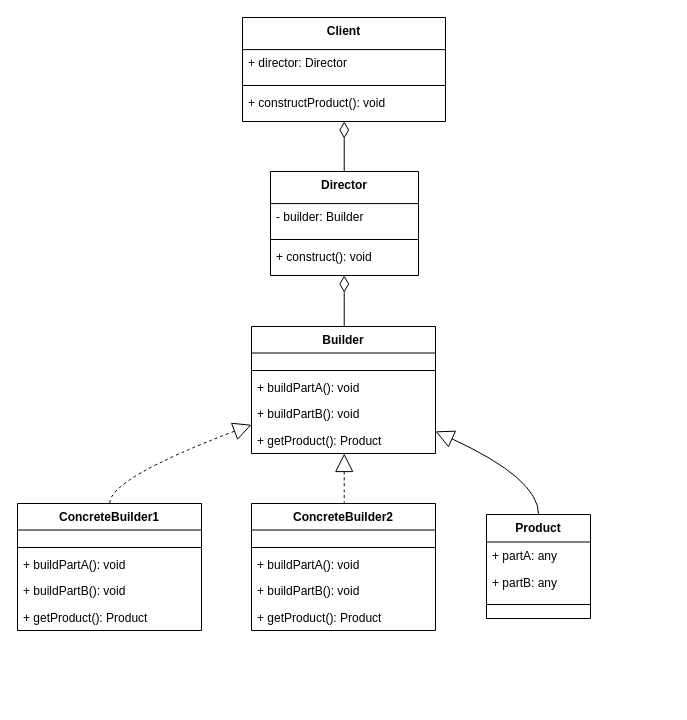
Before: Builder_patern.drawio in Stungelx/simple_patern, a draw.io diagram. Source tidied: cells renumbered, new cells numbered last; positions are measured from the earlier drawing's top-left corner, leaving out a move shared by most shapes. Both pictures are drawn from the tidied source at 100%, with x=0, y=0 at pixel (17, 17).
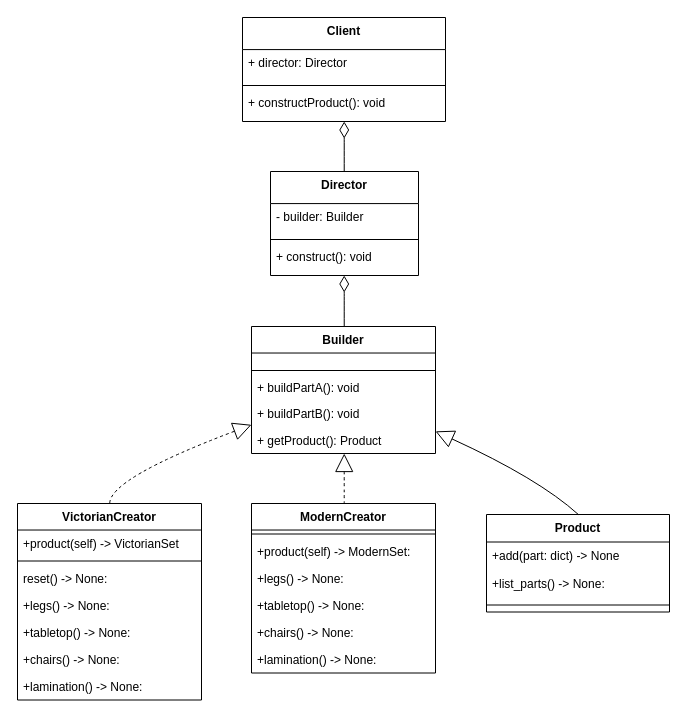
The same page after the edit.

What changed in the source:
```diff
@@
-    <mxCell id="11" value="ConcreteBuilder1" style="swimlane;fontStyle=1;align=center;verticalAlign=top;horizontal=1;startSize=26.525249905056423;" parent="1" vertex="1">
-      <mxGeometry y="486" width="184" height="127" as="geometry" />
+    <mxCell id="11" value="VictorianCreator" style="swimlane;fontStyle=1;align=center;verticalAlign=top;horizontal=1;startSize=26.525249905056423;" parent="1" vertex="1">
+      <mxGeometry y="486" width="184" height="196.5" as="geometry" />
     </mxCell>
+    <mxCell id="13" value="+product(self) -&gt; VictorianSet" style="text;strokeColor=none;fillColor=none;align=left;verticalAlign=top;spacingLeft=4;spacingRight=4;overflow=hidden;" parent="11" vertex="1">
+      <mxGeometry y="26.5" width="184" height="27" as="geometry" />
+    </mxCell>
     <mxCell id="12" style="line;strokeWidth=1;fillColor=none;align=left;verticalAlign=middle;spacingTop=-1;spacingLeft=3;spacingRight=3;labelPosition=right;strokeColor=inherit;" parent="11" vertex="1">
-      <mxGeometry y="40" width="184" height="8" as="geometry" />
+      <mxGeometry y="53.5" width="184" height="8" as="geometry" />
     </mxCell>
-    <mxCell id="13" value="+ buildPartA(): void" style="text;strokeColor=none;fillColor=none;align=left;verticalAlign=top;spacingLeft=4;spacingRight=4;overflow=hidden;" parent="11" vertex="1">
-      <mxGeometry y="48" width="184" height="27" as="geometry" />
-    </mxCell>
+    <mxCell id="34" value="reset() -&gt; None:" style="text;strokeColor=none;fillColor=none;align=left;verticalAlign=top;spacingLeft=4;spacingRight=4;overflow=hidden;" parent="11" vertex="1">
+      <mxGeometry y="61.5" width="184" height="27" as="geometry" />
+    </mxCell>
-    <mxCell id="14" value="+ buildPartB(): void" style="text;strokeColor=none;fillColor=none;align=left;verticalAlign=top;spacingLeft=4;spacingRight=4;overflow=hidden;" parent="11" vertex="1">
-      <mxGeometry y="74" width="184" height="27" as="geometry" />
+    <mxCell id="14" value="+legs() -&gt; None:" style="text;strokeColor=none;fillColor=none;align=left;verticalAlign=top;spacingLeft=4;spacingRight=4;overflow=hidden;" parent="11" vertex="1">
+      <mxGeometry y="88.5" width="184" height="27" as="geometry" />
     </mxCell>
-    <mxCell id="15" value="+ getProduct(): Product" style="text;strokeColor=none;fillColor=none;align=left;verticalAlign=top;spacingLeft=4;spacingRight=4;overflow=hidden;" parent="11" vertex="1">
-      <mxGeometry y="101" width="184" height="27" as="geometry" />
+    <mxCell id="15" value="+tabletop() -&gt; None:" style="text;strokeColor=none;fillColor=none;align=left;verticalAlign=top;spacingLeft=4;spacingRight=4;overflow=hidden;" parent="11" vertex="1">
+      <mxGeometry y="115.5" width="184" height="27" as="geometry" />
     </mxCell>
+    <mxCell id="35" value="+chairs() -&gt; None:" style="text;strokeColor=none;fillColor=none;align=left;verticalAlign=top;spacingLeft=4;spacingRight=4;overflow=hidden;" parent="11" vertex="1">
+      <mxGeometry y="142.5" width="184" height="27" as="geometry" />
+    </mxCell>
+    <mxCell id="36" value="+lamination() -&gt; None:" style="text;strokeColor=none;fillColor=none;align=left;verticalAlign=top;spacingLeft=4;spacingRight=4;overflow=hidden;" parent="11" vertex="1">
+      <mxGeometry y="169.5" width="184" height="27" as="geometry" />
+    </mxCell>
-    <mxCell id="16" value="ConcreteBuilder2" style="swimlane;fontStyle=1;align=center;verticalAlign=top;horizontal=1;startSize=26.525249905056423;" parent="1" vertex="1">
-      <mxGeometry x="234" y="486" width="184" height="127" as="geometry" />
+    <mxCell id="16" value="ModernCreator" style="swimlane;fontStyle=1;align=center;verticalAlign=top;horizontal=1;startSize=26.525249905056423;" parent="1" vertex="1">
+      <mxGeometry x="234" y="486" width="184" height="169.5" as="geometry" />
     </mxCell>
     <mxCell id="17" style="line;strokeWidth=1;fillColor=none;align=left;verticalAlign=middle;spacingTop=-1;spacingLeft=3;spacingRight=3;labelPosition=right;strokeColor=inherit;" parent="16" vertex="1">
-      <mxGeometry y="40" width="184" height="8" as="geometry" />
+      <mxGeometry y="26.5" width="184" height="8" as="geometry" />
     </mxCell>
-    <mxCell id="18" value="+ buildPartA(): void" style="text;strokeColor=none;fillColor=none;align=left;verticalAlign=top;spacingLeft=4;spacingRight=4;overflow=hidden;" parent="16" vertex="1">
-      <mxGeometry y="48" width="184" height="27" as="geometry" />
+    <mxCell id="18" value="+product(self) -&gt; ModernSet:" style="text;strokeColor=none;fillColor=none;align=left;verticalAlign=top;spacingLeft=4;spacingRight=4;overflow=hidden;" parent="16" vertex="1">
+      <mxGeometry y="34.5" width="184" height="27" as="geometry" />
     </mxCell>
-    <mxCell id="19" value="+ buildPartB(): void" style="text;strokeColor=none;fillColor=none;align=left;verticalAlign=top;spacingLeft=4;spacingRight=4;overflow=hidden;" parent="16" vertex="1">
-      <mxGeometry y="74" width="184" height="27" as="geometry" />
-    </mxCell>
-    <mxCell id="20" value="+ getProduct(): Product" style="text;strokeColor=none;fillColor=none;align=left;verticalAlign=top;spacingLeft=4;spacingRight=4;overflow=hidden;" parent="16" vertex="1">
-      <mxGeometry y="101" width="184" height="27" as="geometry" />
-    </mxCell>
+    <mxCell id="37" value="+legs() -&gt; None:" style="text;strokeColor=none;fillColor=none;align=left;verticalAlign=top;spacingLeft=4;spacingRight=4;overflow=hidden;" parent="16" vertex="1">
+      <mxGeometry y="61.5" width="184" height="27" as="geometry" />
+    </mxCell>
+    <mxCell id="38" value="+tabletop() -&gt; None:" style="text;strokeColor=none;fillColor=none;align=left;verticalAlign=top;spacingLeft=4;spacingRight=4;overflow=hidden;" parent="16" vertex="1">
+      <mxGeometry y="88.5" width="184" height="27" as="geometry" />
+    </mxCell>
+    <mxCell id="39" value="+chairs() -&gt; None:" style="text;strokeColor=none;fillColor=none;align=left;verticalAlign=top;spacingLeft=4;spacingRight=4;overflow=hidden;" parent="16" vertex="1">
+      <mxGeometry y="115.5" width="184" height="27" as="geometry" />
+    </mxCell>
+    <mxCell id="40" value="+lamination() -&gt; None:" style="text;strokeColor=none;fillColor=none;align=left;verticalAlign=top;spacingLeft=4;spacingRight=4;overflow=hidden;" parent="16" vertex="1">
+      <mxGeometry y="142.5" width="184" height="27" as="geometry" />
+    </mxCell>
     <mxCell id="21" value="Product" style="swimlane;fontStyle=1;align=center;verticalAlign=top;horizontal=1;startSize=27.50649152483259;" parent="1" vertex="1">
-      <mxGeometry x="469" y="497" width="104" height="104" as="geometry" />
+      <mxGeometry x="469" y="497" width="183" height="97.5" as="geometry" />
     </mxCell>
-    <mxCell id="22" value="+ partA: any" style="text;strokeColor=none;fillColor=none;align=left;verticalAlign=top;spacingLeft=4;spacingRight=4;overflow=hidden;" parent="21" vertex="1">
-      <mxGeometry y="28" width="104" height="28" as="geometry" />
+    <mxCell id="22" value="+add(part: dict) -&gt; None" style="text;strokeColor=none;fillColor=none;align=left;verticalAlign=top;spacingLeft=4;spacingRight=4;overflow=hidden;" parent="21" vertex="1">
+      <mxGeometry y="27.5" width="183" height="28" as="geometry" />
     </mxCell>
-    <mxCell id="23" value="+ partB: any" style="text;strokeColor=none;fillColor=none;align=left;verticalAlign=top;spacingLeft=4;spacingRight=4;overflow=hidden;" parent="21" vertex="1">
-      <mxGeometry y="55" width="104" height="28" as="geometry" />
+    <mxCell id="23" value="+list_parts() -&gt; None:" style="text;strokeColor=none;fillColor=none;align=left;verticalAlign=top;spacingLeft=4;spacingRight=4;overflow=hidden;" parent="21" vertex="1">
+      <mxGeometry y="55.5" width="183" height="28" as="geometry" />
     </mxCell>
     <mxCell id="24" style="line;strokeWidth=1;fillColor=none;align=left;verticalAlign=middle;spacingTop=-1;spacingLeft=3;spacingRight=3;labelPosition=right;strokeColor=inherit;" parent="21" vertex="1">
-      <mxGeometry y="83" width="104" height="14" as="geometry" />
+      <mxGeometry y="83.5" width="183" height="14" as="geometry" />
     </mxCell>
@@
+    <mxCell id="41" value="&lt;div style=&quot;background-color:#1e1f22;color:#bcbec4&quot;&gt;&lt;pre style=&quot;font-family:'JetBrains Mono',monospace;font-size:9,8pt;&quot;&gt;&lt;br&gt;&lt;/pre&gt;&lt;/div&gt;" style="text;whiteSpace=wrap;html=1;" parent="1" vertex="1">
+      <mxGeometry x="63" y="249" width="190" height="60" as="geometry" />
+    </mxCell>
```
